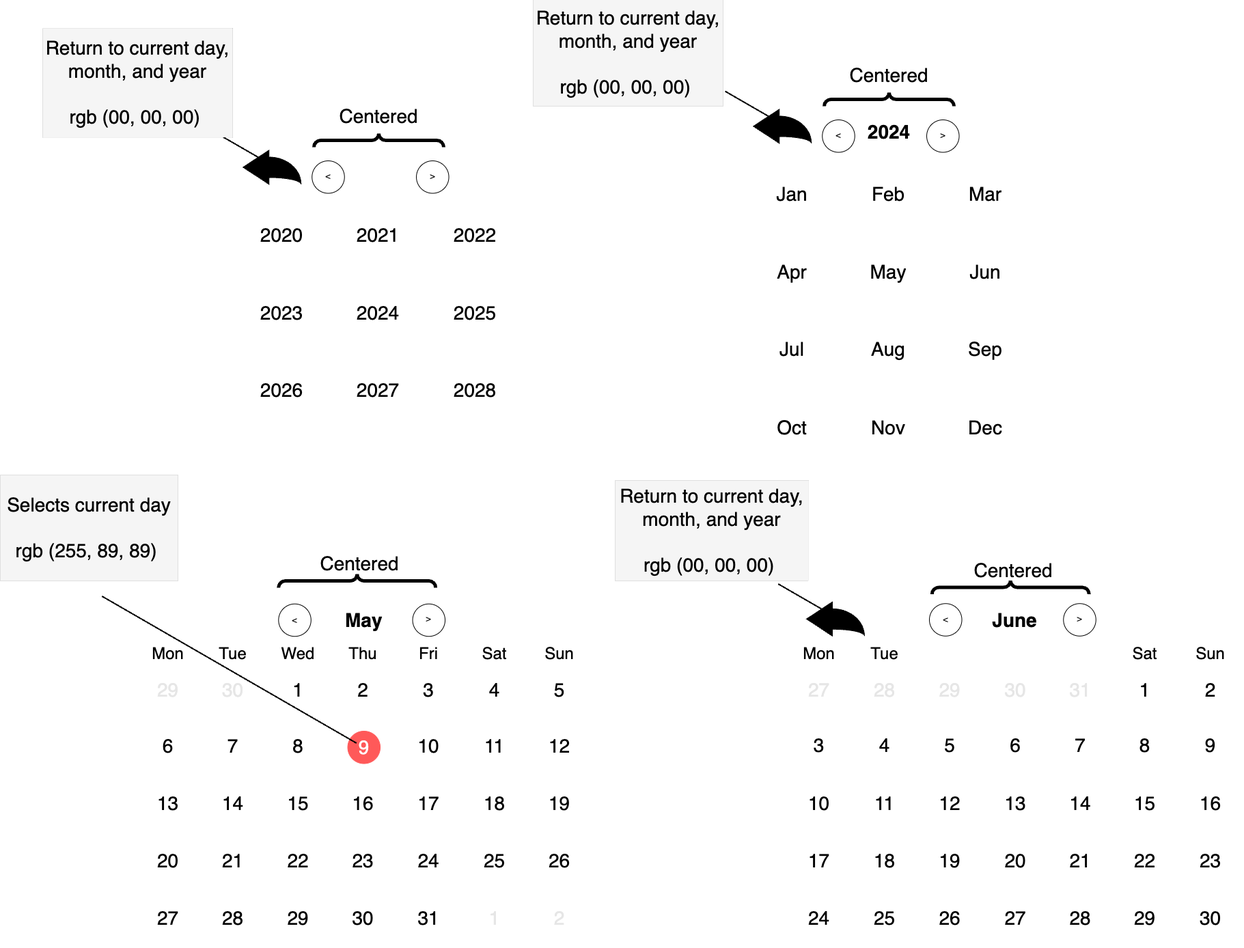
Before: specs/diagrams/calendar.drawio.png, a diagram exported from draw.io (cse110-sp24-group9/CSE110-Project). Source tidied: cells renumbered, new cells last; positions are measured from the earlier drawing's top-left corner, leaving out a move shared by most shapes.
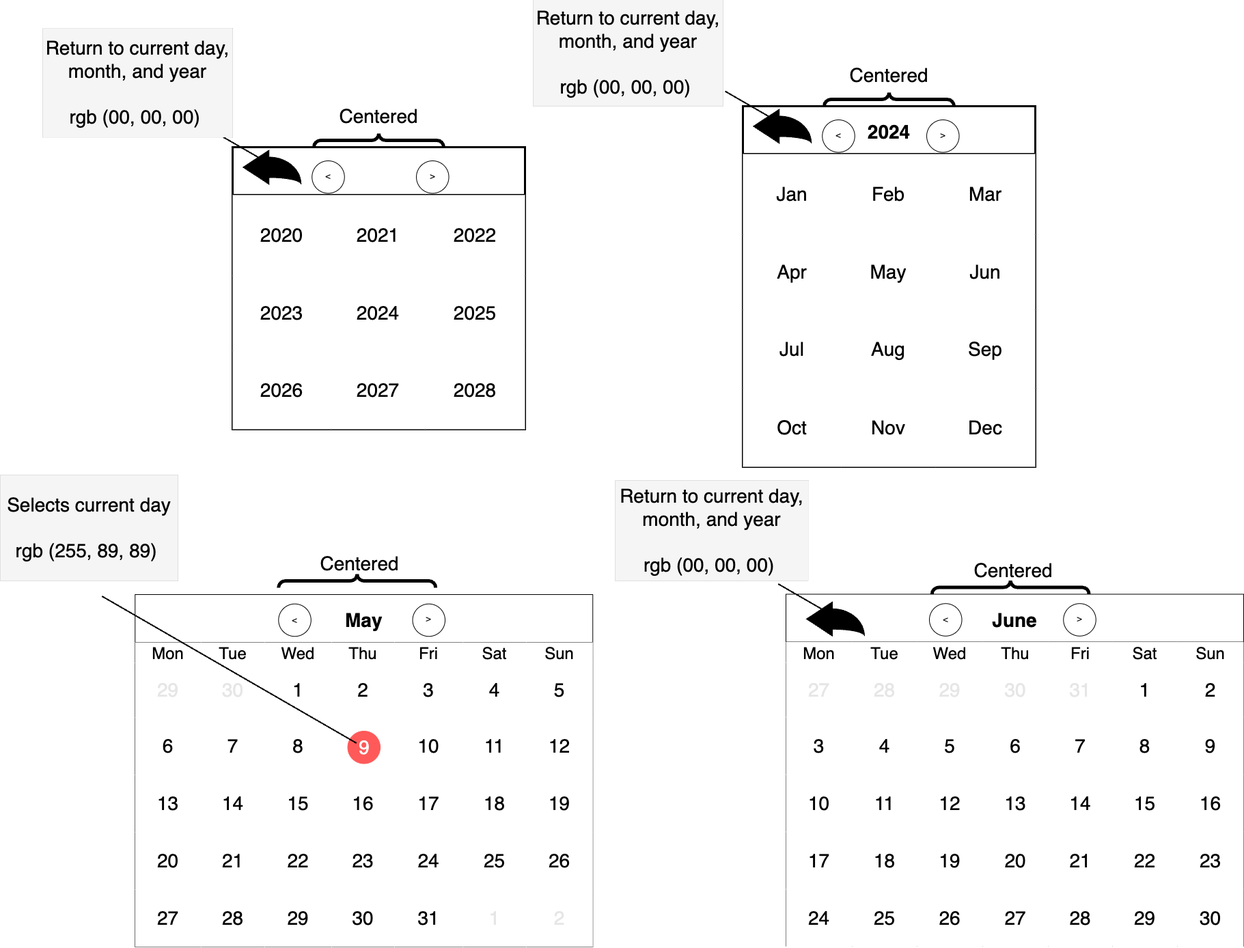
The same file after the commit.

Commit message:
Updated diagram (color)

Change to the diagram source:
```diff
@@ -2,7 +2,7 @@
   <root>
     <mxCell id="0" />
     <mxCell id="1" parent="0" />
-    <mxCell id="2" value="May" style="shape=table;startSize=70;fontStyle=1;align=center;rowLines=0;columnLines=0;strokeColor=none;fontSize=28;" parent="1" vertex="1">
+    <mxCell id="2" value="May" style="shape=table;startSize=70;fontStyle=1;align=center;rowLines=0;columnLines=0;strokeColor=#000000;fontSize=28;" parent="1" vertex="1">
       <mxGeometry x="197.3" y="871" width="670" height="516" as="geometry" />
     </mxCell>
     <mxCell id="3" style="shape=tableRow;horizontal=0;startSize=0;swimlaneHead=0;swimlaneBody=0;top=0;left=0;bottom=0;right=0;fillColor=none;fontSize=24;" parent="2" vertex="1">
@@ -161,7 +161,7 @@
     <mxCell id="54" value="&amp;gt;" style="text;strokeColor=none;align=center;fillColor=none;html=1;verticalAlign=middle;whiteSpace=wrap;rounded=0;shadow=0;" parent="1" vertex="1">
       <mxGeometry x="597.3" y="891" width="60" height="32.5" as="geometry" />
     </mxCell>
-    <mxCell id="55" value="June" style="shape=table;startSize=70;fontStyle=1;align=center;rowLines=0;columnLines=0;strokeColor=none;fontSize=28;" parent="1" vertex="1">
+    <mxCell id="55" value="June" style="shape=table;startSize=70;fontStyle=1;align=center;rowLines=0;columnLines=0;strokeColor=#000000;fontSize=28;" parent="1" vertex="1">
       <mxGeometry x="1150" y="870.5" width="670" height="515.5" as="geometry" />
     </mxCell>
     <mxCell id="56" style="shape=tableRow;horizontal=0;startSize=0;swimlaneHead=0;swimlaneBody=0;top=0;left=0;bottom=0;right=0;fillColor=none;fontSize=24;" parent="55" vertex="1">
@@ -173,13 +173,13 @@
     <mxCell id="58" value="Tue" style="shape=partialRectangle;html=1;whiteSpace=wrap;fillColor=default;top=0;left=0;bottom=0;right=0;overflow=hidden;strokeColor=none;fontSize=24;" parent="56" vertex="1">
       <mxGeometry x="97" width="95" height="30" as="geometry" />
     </mxCell>
-    <mxCell id="59" value="Wed" style="shape=partialRectangle;html=1;whiteSpace=wrap;fillColor=default;top=0;left=0;bottom=0;right=0;overflow=hidden;strokeColor=none;strokeWidth=0;fontColor=#FFFFFF;fontSize=24;" parent="56" vertex="1">
+    <mxCell id="59" value="Wed" style="shape=partialRectangle;html=1;whiteSpace=wrap;fillColor=default;top=0;left=0;bottom=0;right=0;overflow=hidden;strokeColor=none;strokeWidth=0;fontColor=#000000;fontSize=24;" parent="56" vertex="1">
       <mxGeometry x="192" width="96" height="30" as="geometry" />
     </mxCell>
-    <mxCell id="60" value="Thu" style="shape=partialRectangle;html=1;whiteSpace=wrap;fillColor=default;top=0;left=0;bottom=0;right=0;overflow=hidden;fontColor=#FFFFFF;fontSize=24;" parent="56" vertex="1">
+    <mxCell id="60" value="Thu" style="shape=partialRectangle;html=1;whiteSpace=wrap;fillColor=default;top=0;left=0;bottom=0;right=0;overflow=hidden;fontColor=#000000;fontSize=24;" parent="56" vertex="1">
       <mxGeometry x="288" width="96" height="30" as="geometry" />
     </mxCell>
-    <mxCell id="61" value="Fri" style="shape=partialRectangle;html=1;whiteSpace=wrap;fillColor=default;top=0;left=0;bottom=0;right=0;overflow=hidden;fontColor=#FFFFFF;fontSize=24;" parent="56" vertex="1">
+    <mxCell id="61" value="Fri" style="shape=partialRectangle;html=1;whiteSpace=wrap;fillColor=default;top=0;left=0;bottom=0;right=0;overflow=hidden;fontColor=#000000;fontSize=24;" parent="56" vertex="1">
       <mxGeometry x="384" width="94" height="30" as="geometry" />
     </mxCell>
     <mxCell id="62" value="Sat" style="shape=partialRectangle;html=1;whiteSpace=wrap;fillColor=default;top=0;left=0;bottom=0;right=0;overflow=hidden;fontSize=24;" parent="56" vertex="1">
@@ -350,7 +350,7 @@
     <mxCell id="117" value="&lt;font color=&quot;#000000&quot; style=&quot;font-size: 28px;&quot;&gt;Centered&lt;/font&gt;" style="text;strokeColor=none;align=center;fillColor=none;html=1;verticalAlign=middle;whiteSpace=wrap;rounded=0;shadow=0;strokeWidth=1;fontSize=28;fontColor=#FFFFFF;" parent="1" vertex="1">
       <mxGeometry x="1452.5" y="820.5" width="60" height="30" as="geometry" />
     </mxCell>
-    <mxCell id="118" value="2024" style="shape=table;startSize=70;fontStyle=1;align=center;rowLines=0;columnLines=0;strokeColor=none;fontSize=28;" parent="1" vertex="1">
+    <mxCell id="118" value="2024" style="shape=table;startSize=70;fontStyle=1;align=center;rowLines=0;columnLines=0;strokeColor=#000000;fontSize=28;strokeWidth=3;" parent="1" vertex="1">
       <mxGeometry x="1087" y="156" width="428" height="528" as="geometry" />
     </mxCell>
     <mxCell id="119" style="shape=tableRow;horizontal=0;startSize=0;swimlaneHead=0;swimlaneBody=0;top=0;left=0;bottom=0;right=0;fillColor=none;fontSize=28;" parent="118" vertex="1">
@@ -428,7 +428,7 @@
     <mxCell id="143" value="&lt;font style=&quot;font-size: 28px;&quot; color=&quot;#000000&quot;&gt;Return to current day, month, and year&lt;br style=&quot;font-size: 28px;&quot;&gt;&lt;br style=&quot;font-size: 28px;&quot;&gt;rgb (00, 00, 00)&amp;nbsp;&lt;/font&gt;" style="text;strokeColor=#666666;align=center;fillColor=#f5f5f5;html=1;verticalAlign=middle;whiteSpace=wrap;rounded=0;shadow=0;strokeWidth=0;fontSize=28;fontColor=#333333;" parent="1" vertex="1">
       <mxGeometry x="780" y="0.4" width="278" height="155.6" as="geometry" />
     </mxCell>
-    <mxCell id="144" style="shape=table;startSize=70;fontStyle=1;align=center;rowLines=0;columnLines=0;strokeColor=none;" parent="1" vertex="1">
+    <mxCell id="144" style="shape=table;startSize=70;fontStyle=1;align=center;rowLines=0;columnLines=0;strokeColor=#000000;strokeWidth=3;" parent="1" vertex="1">
       <mxGeometry x="340" y="216" width="428" height="413" as="geometry" />
     </mxCell>
     <mxCell id="145" style="shape=tableRow;horizontal=0;startSize=0;swimlaneHead=0;swimlaneBody=0;top=0;left=0;bottom=0;right=0;fillColor=none;" parent="144" vertex="1">
```
